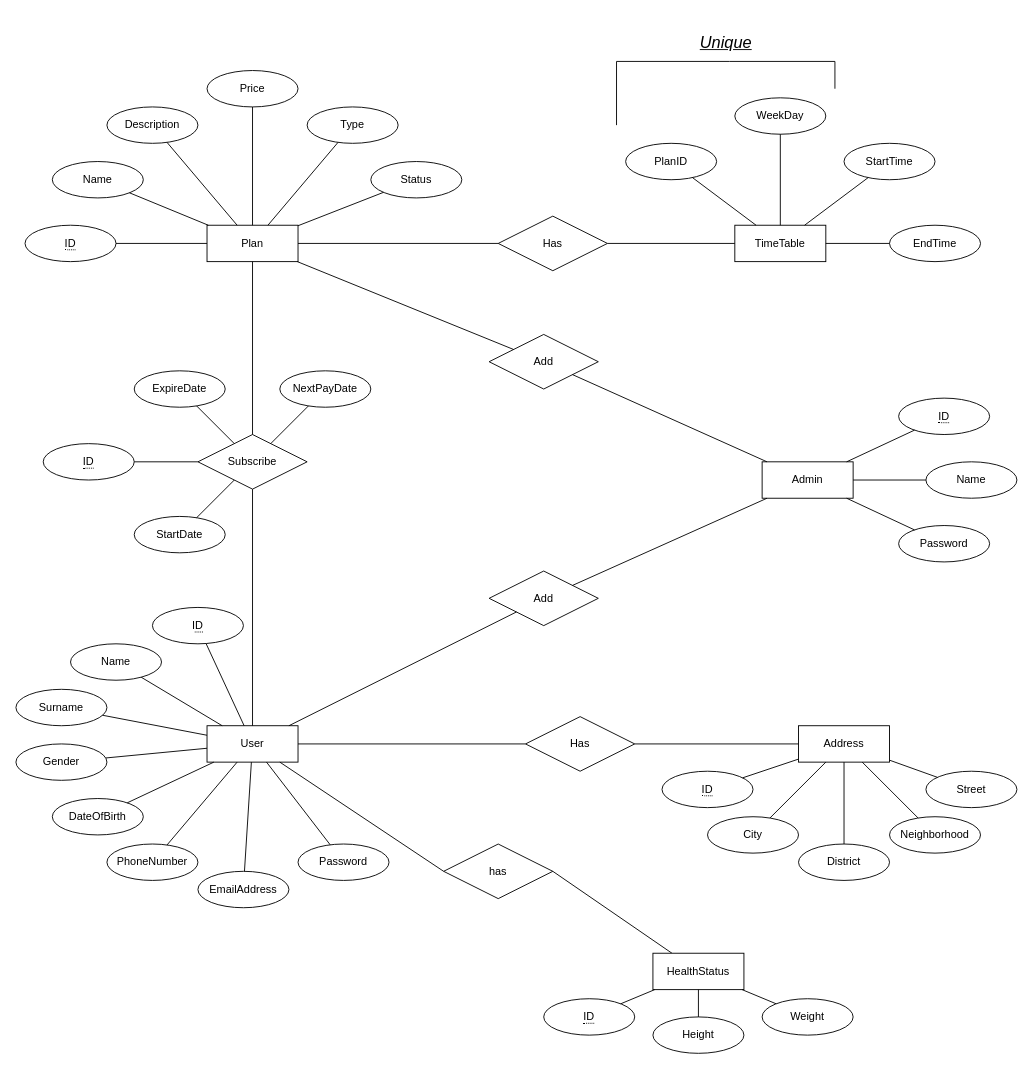
This is ER_Diagram.drawio from batuhannoz/sports-club-management, a draw.io file, before an edit. Source tidied: cells renumbered, new cells numbered last; positions are measured from the earlier drawing's top-left corner, leaving out a move shared by most shapes. Both pictures are drawn from the tidied source at 91%, with x=0, y=0 at pixel (15, 15).
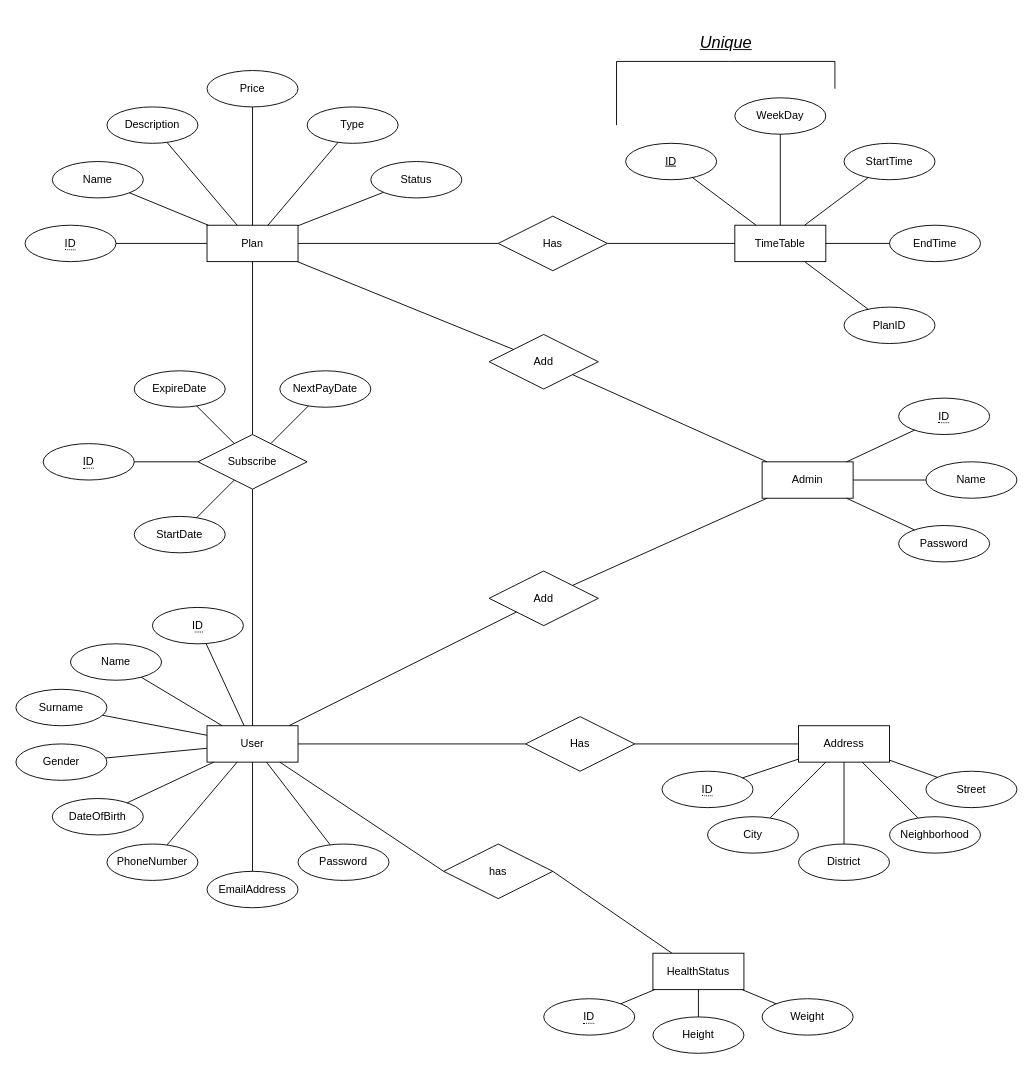
After the change.

Unchanged cells that the change refers to:
```xml
<mxCell id="55" value="TimeTable" style="whiteSpace=wrap;html=1;align=center;" parent="1" vertex="1">
  <mxGeometry x="790" y="230" width="100" height="40" as="geometry" />
</mxCell>
```

What changed in the source:
```diff
@@
     <mxCell id="9" value="EmailAddress" style="ellipse;whiteSpace=wrap;html=1;align=center;" parent="1" vertex="1">
-      <mxGeometry x="200" y="940" width="100" height="40" as="geometry" />
+      <mxGeometry x="210" y="940" width="100" height="40" as="geometry" />
     </mxCell>
@@
-    <mxCell id="64" value="PlanID" style="ellipse;whiteSpace=wrap;html=1;align=center;" parent="1" vertex="1">
+    <mxCell id="64" value="&lt;u&gt;ID&lt;/u&gt;" style="ellipse;whiteSpace=wrap;html=1;align=center;" parent="1" vertex="1">
       <mxGeometry x="670" y="140" width="100" height="40" as="geometry" />
     </mxCell>
@@
+    <mxCell id="96" value="PlanID" style="ellipse;whiteSpace=wrap;html=1;align=center;" parent="1" vertex="1">
+      <mxGeometry x="910" y="320" width="100" height="40" as="geometry" />
+    </mxCell>
+    <mxCell id="97" style="endArrow=none;html=1;rounded=0;" parent="1" edge="1" source="55" target="96">
+      <mxGeometry relative="1" as="geometry" />
+    </mxCell>
```
